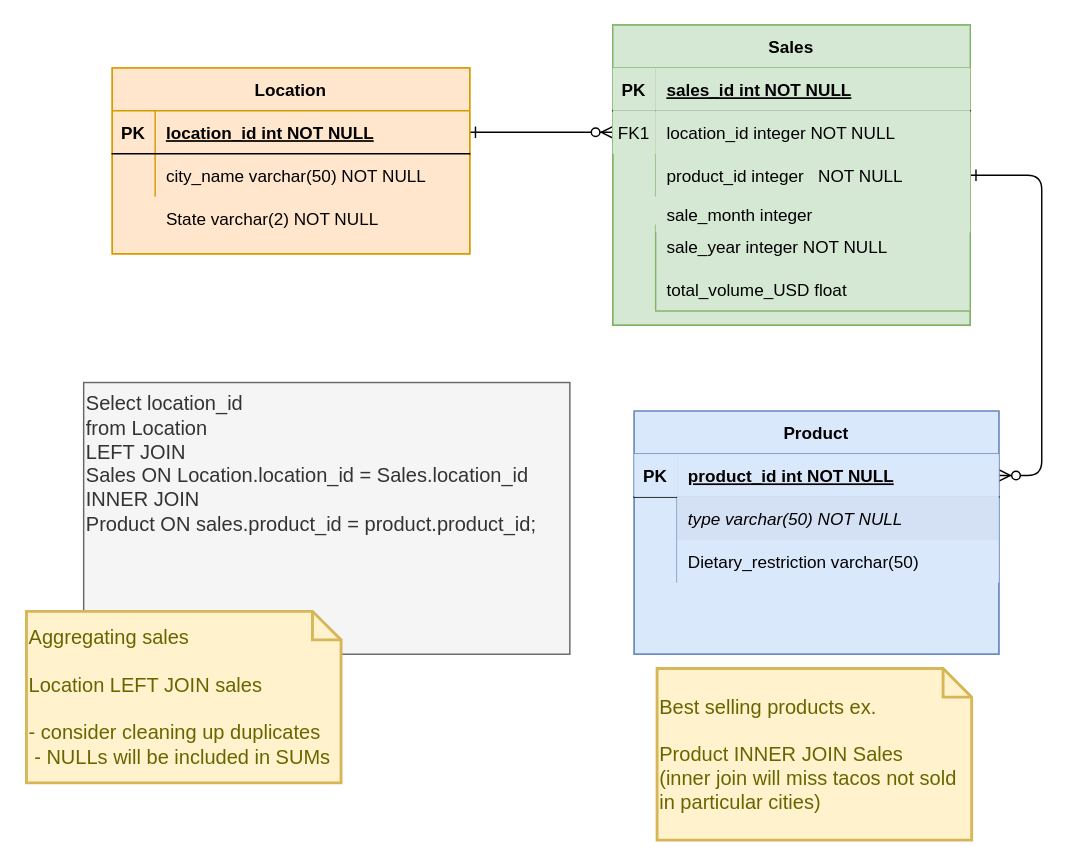
The draw.io diagram Untitled Diagram.drawio in littlek/Bootcamp, before the edit. Source tidied: cells renumbered, new cells numbered last; positions are measured from the earlier drawing's top-left corner, leaving out a move shared by most shapes. Both pictures are drawn from the tidied source at 143%, with x=0, y=0 at pixel (26, 24).
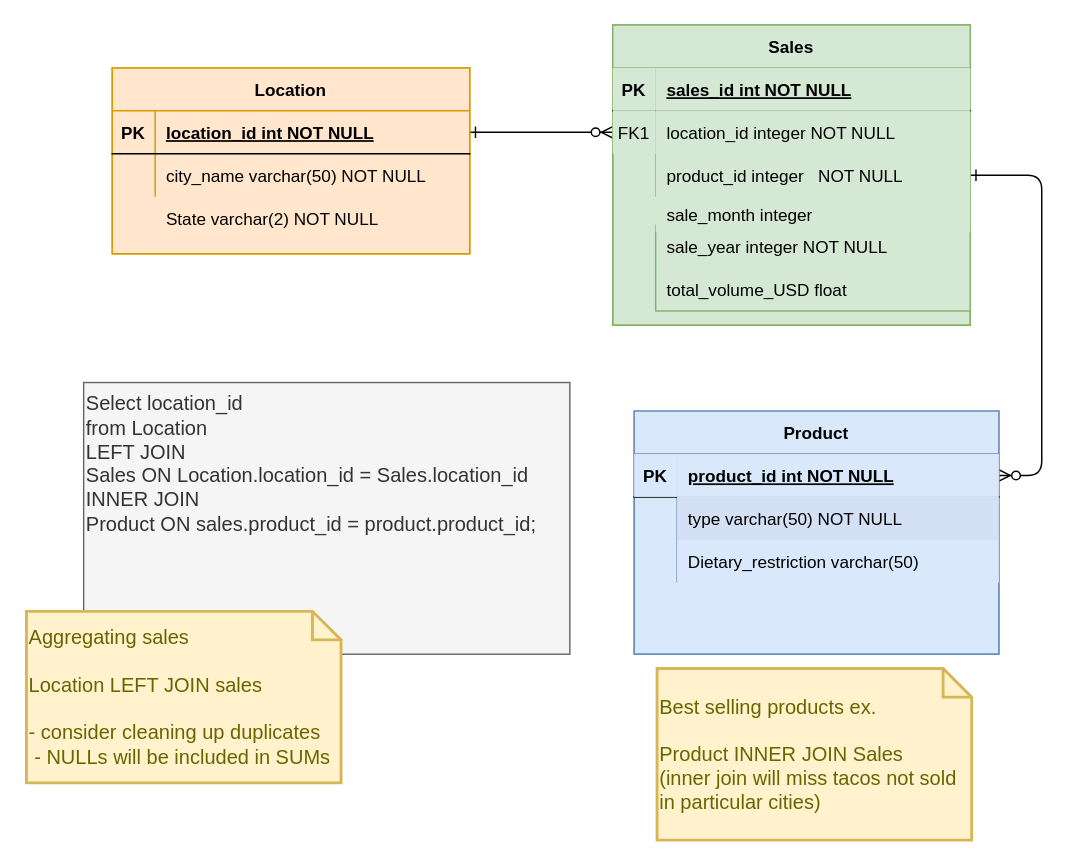
The same page after the edit.

Commit message:
NA bootcamp - SQL script for Chipotle presentation

The change refers to these unchanged cells:
```xml
<mxCell id="20" style="shape=partialRectangle;fillColor=none;top=0;left=0;right=0;bottom=0;" parent="16" vertex="1">
  <mxGeometry y="60" width="255" height="30" as="geometry" />
</mxCell>
```

Diff of the diagram source:
```diff
@@
-    <mxCell id="22" value="type varchar(50) NOT NULL" style="shape=partialRectangle;overflow=hidden;top=0;left=0;bottom=0;right=0;align=left;spacingLeft=6;strokeColor=#d6b656;fontStyle=2;fillColor=#D4E1F5;" parent="20" vertex="1">
+    <mxCell id="22" value="type varchar(50) NOT NULL" style="shape=partialRectangle;overflow=hidden;top=0;left=0;bottom=0;right=0;align=left;spacingLeft=6;strokeColor=#d6b656;fontStyle=0;fillColor=#D4E1F5;" parent="20" vertex="1">
       <mxGeometry x="30" width="225" height="30" as="geometry" />
     </mxCell>
```
